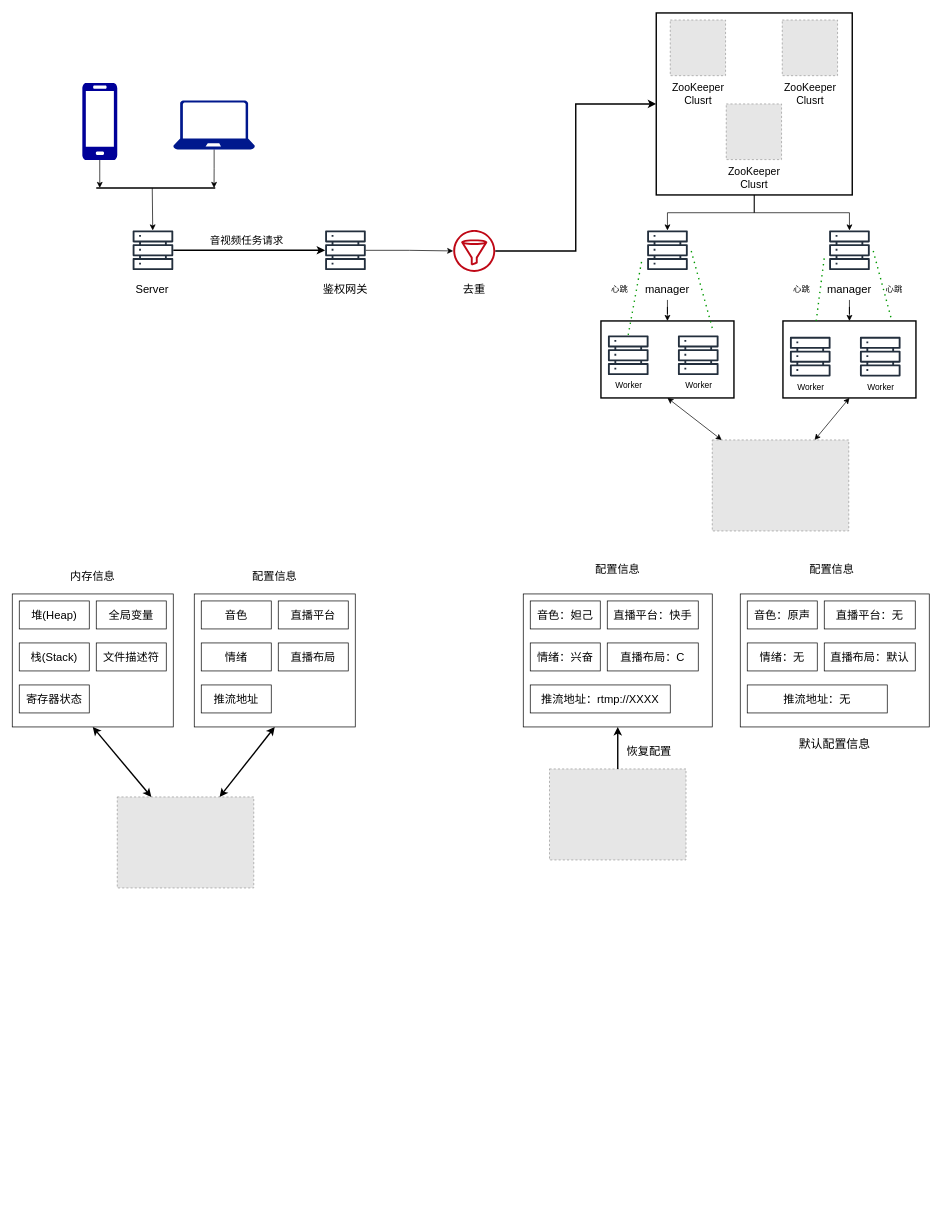
This is 未命名绘图.drawio from Chuhan1112/Chuhan1112.github.io, a draw.io file, before an edit. Source tidied: cells renumbered, new cells numbered last; positions are measured from the earlier drawing's top-left corner, leaving out a move shared by most shapes. Both pictures are drawn from the tidied source at 70%, with x=0, y=0 at pixel (12, 13). Pictures stored in the file or linked from it are replaced by grey dashed boxes.
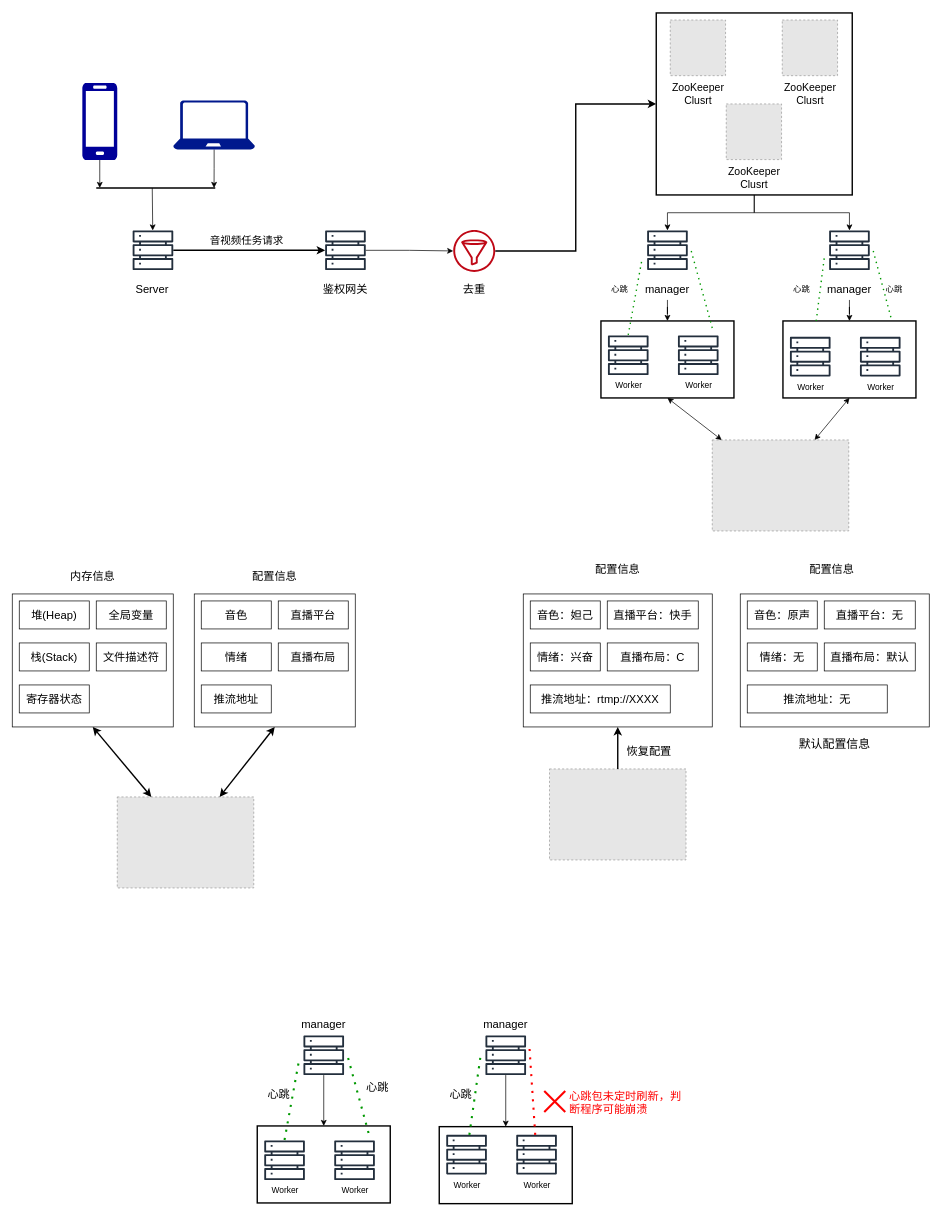
After the change.

Commit message:
更新未命名绘图.drawio

Change to the diagram source:
```diff
@@
+    <mxCell id="101" style="group;" parent="1" vertex="1">
+      <mxGeometry x="350" y="1590" width="190" height="110" as="geometry" />
+    </mxCell>
+    <mxCell id="102" style="group;" parent="101" vertex="1">
+      <mxGeometry x="10" y="20" width="60" height="88" as="geometry" />
+    </mxCell>
+    <mxCell id="103" style="sketch=0;fontColor=#232F3E;gradientColor=none;fillColor=#232F3D;strokeColor=none;dashed=0;verticalLabelPosition=bottom;verticalAlign=top;align=center;html=1;fontSize=12;fontStyle=0;shape=mxgraph.aws4.servers;" parent="102" vertex="1">
+      <mxGeometry width="58" height="58" as="geometry" />
+    </mxCell>
+    <mxCell id="104" value="Worker" style="text;html=1;strokeColor=none;fillColor=none;align=center;verticalAlign=middle;whiteSpace=wrap;rounded=0;" parent="102" vertex="1">
+      <mxGeometry y="58" width="60" height="30" as="geometry" />
+    </mxCell>
+    <mxCell id="105" style="group;" parent="101" vertex="1">
+      <mxGeometry x="110" y="20" width="60" height="88" as="geometry" />
+    </mxCell>
+    <mxCell id="106" style="sketch=0;fontColor=#232F3E;gradientColor=none;fillColor=#232F3D;strokeColor=none;dashed=0;verticalLabelPosition=bottom;verticalAlign=top;align=center;html=1;fontSize=12;fontStyle=0;shape=mxgraph.aws4.servers;" parent="105" vertex="1">
+      <mxGeometry width="58" height="58" as="geometry" />
+    </mxCell>
+    <mxCell id="107" value="Worker" style="text;html=1;strokeColor=none;fillColor=none;align=center;verticalAlign=middle;whiteSpace=wrap;rounded=0;" parent="105" vertex="1">
+      <mxGeometry y="58" width="60" height="30" as="geometry" />
+    </mxCell>
+    <mxCell id="108" style="rounded=0;whiteSpace=wrap;html=1;fillColor=none;strokeWidth=2;" parent="101" vertex="1">
+      <mxGeometry width="190" height="110" as="geometry" />
+    </mxCell>
+    <mxCell id="109" style="group;" parent="1" vertex="1">
+      <mxGeometry x="610" y="1580" width="190" height="121" as="geometry" />
+    </mxCell>
+    <mxCell id="110" style="group;" parent="109" vertex="1">
+      <mxGeometry x="10" y="22" width="60" height="88" as="geometry" />
+    </mxCell>
+    <mxCell id="111" style="sketch=0;outlineConnect=0;fontColor=#232F3E;gradientColor=none;fillColor=#232F3D;strokeColor=none;dashed=0;verticalLabelPosition=bottom;verticalAlign=top;align=center;html=1;fontSize=12;fontStyle=0;shape=mxgraph.aws4.servers;" parent="110" vertex="1">
+      <mxGeometry width="58" height="58" as="geometry" />
+    </mxCell>
+    <mxCell id="112" value="Worker" style="text;html=1;strokeColor=none;fillColor=none;align=center;verticalAlign=middle;whiteSpace=wrap;rounded=0;" parent="110" vertex="1">
+      <mxGeometry y="58" width="60" height="30" as="geometry" />
+    </mxCell>
+    <mxCell id="113" style="group;" parent="109" vertex="1">
+      <mxGeometry x="110" y="22" width="80" height="99" as="geometry" />
+    </mxCell>
+    <mxCell id="114" style="sketch=0;outlineConnect=0;fontColor=#232F3E;gradientColor=none;fillColor=#232F3D;strokeColor=none;dashed=0;verticalLabelPosition=bottom;verticalAlign=top;align=center;html=1;fontSize=12;fontStyle=0;shape=mxgraph.aws4.servers;" parent="113" vertex="1">
+      <mxGeometry width="58" height="58" as="geometry" />
+    </mxCell>
+    <mxCell id="115" value="Worker" style="text;html=1;strokeColor=none;fillColor=none;align=center;verticalAlign=middle;whiteSpace=wrap;rounded=0;" parent="113" vertex="1">
+      <mxGeometry y="58" width="60" height="30" as="geometry" />
+    </mxCell>
+    <mxCell id="116" style="rounded=0;whiteSpace=wrap;html=1;fillColor=none;strokeWidth=2;" parent="113" vertex="1">
+      <mxGeometry x="-110" y="-11" width="190" height="110" as="geometry" />
+    </mxCell>
+    <mxCell id="117" style="group;" parent="1" vertex="1">
+      <mxGeometry x="399" y="1460" width="92" height="100" as="geometry" />
+    </mxCell>
+    <mxCell id="118" style="sketch=0;outlineConnect=0;fontColor=#232F3E;gradientColor=none;fillColor=#232F3D;strokeColor=none;dashed=0;verticalLabelPosition=bottom;verticalAlign=top;align=center;html=1;fontSize=12;fontStyle=0;shape=mxgraph.aws4.servers;" parent="117" vertex="1">
+      <mxGeometry x="17" width="58" height="58" as="geometry" />
+    </mxCell>
+    <mxCell id="119" style="group;" parent="1" vertex="1">
+      <mxGeometry x="659" y="1460" width="92" height="100" as="geometry" />
+    </mxCell>
+    <mxCell id="120" style="sketch=0;outlineConnect=0;fontColor=#232F3E;gradientColor=none;fillColor=#232F3D;strokeColor=none;dashed=0;verticalLabelPosition=bottom;verticalAlign=top;align=center;html=1;fontSize=12;fontStyle=0;shape=mxgraph.aws4.servers;" parent="119" vertex="1">
+      <mxGeometry x="17" width="58" height="58" as="geometry" />
+    </mxCell>
+    <mxCell id="121" value="&lt;font style=&quot;font-size: 16px;&quot;&gt;心跳&lt;/font&gt;" style="text;strokeColor=none;fillColor=none;align=left;verticalAlign=middle;spacingLeft=4;spacingRight=4;overflow=hidden;whiteSpace=wrap;html=1;" parent="119" vertex="1">
+      <mxGeometry x="-40" y="70" width="80" height="30" as="geometry" />
+    </mxCell>
+    <mxCell id="122" style="edgeStyle=orthogonalEdgeStyle;rounded=0;jettySize=auto;html=1;" parent="1" edge="1" source="118" target="108">
+      <mxGeometry relative="1" as="geometry" />
+    </mxCell>
+    <mxCell id="123" style="edgeStyle=orthogonalEdgeStyle;rounded=0;jettySize=auto;html=1;" parent="1" edge="1" source="120" target="116">
+      <mxGeometry relative="1" as="geometry" />
+    </mxCell>
+    <mxCell id="124" style="endArrow=none;dashed=1;html=1;dashPattern=1 3;strokeWidth=3;rounded=0;exitX=0.205;exitY=0.182;exitDx=0;exitDy=0;exitPerimeter=0;strokeColor=#009900;" parent="1" edge="1" source="108">
+      <mxGeometry relative="1" as="geometry">
+        <mxPoint x="409" y="1500" as="targetPoint" />
+      </mxGeometry>
+    </mxCell>
+    <mxCell id="125" style="endArrow=none;dashed=1;html=1;dashPattern=1 3;strokeWidth=3;rounded=0;strokeColor=#009900;" parent="1" edge="1">
+      <mxGeometry relative="1" as="geometry">
+        <mxPoint x="509" y="1600" as="sourcePoint" />
+        <mxPoint x="479" y="1490" as="targetPoint" />
+      </mxGeometry>
+    </mxCell>
+    <mxCell id="126" style="endArrow=none;dashed=1;html=1;dashPattern=1 3;strokeWidth=3;rounded=0;strokeColor=#009900;" parent="1" edge="1" source="111">
+      <mxGeometry relative="1" as="geometry">
+        <mxPoint x="669" y="1490" as="targetPoint" />
+      </mxGeometry>
+    </mxCell>
+    <mxCell id="127" style="endArrow=none;dashed=1;html=1;dashPattern=1 3;strokeWidth=3;rounded=0;strokeColor=#FF0000;" parent="1" edge="1" target="114">
+      <mxGeometry relative="1" as="geometry">
+        <mxPoint x="739" y="1480" as="sourcePoint" />
+      </mxGeometry>
+    </mxCell>
+    <mxCell id="128" value="&lt;font style=&quot;font-size: 16px;&quot;&gt;心跳&lt;/font&gt;" style="text;strokeColor=none;fillColor=none;align=left;verticalAlign=middle;spacingLeft=4;spacingRight=4;overflow=hidden;whiteSpace=wrap;html=1;" parent="1" vertex="1">
+      <mxGeometry x="359" y="1530" width="80" height="30" as="geometry" />
+    </mxCell>
+    <mxCell id="129" value="&lt;font style=&quot;font-size: 16px;&quot;&gt;心跳&lt;/font&gt;" style="text;strokeColor=none;fillColor=none;align=left;verticalAlign=middle;spacingLeft=4;spacingRight=4;overflow=hidden;whiteSpace=wrap;html=1;" parent="1" vertex="1">
+      <mxGeometry x="500" y="1520" width="80" height="30" as="geometry" />
+    </mxCell>
+    <mxCell id="130" value="&lt;font style=&quot;font-size: 16px;&quot;&gt;manager&lt;/font&gt;" style="text;html=1;strokeColor=none;fillColor=none;align=center;verticalAlign=middle;whiteSpace=wrap;rounded=0;" parent="1" vertex="1">
+      <mxGeometry x="399" y="1430" width="92" height="30" as="geometry" />
+    </mxCell>
+    <mxCell id="131" value="&lt;font style=&quot;font-size: 16px;&quot;&gt;manager&lt;/font&gt;" style="text;html=1;strokeColor=none;fillColor=none;align=center;verticalAlign=middle;whiteSpace=wrap;rounded=0;" parent="1" vertex="1">
+      <mxGeometry x="659" y="1430" width="92" height="30" as="geometry" />
+    </mxCell>
+    <mxCell id="132" style="shape=umlDestroy;whiteSpace=wrap;html=1;strokeWidth=3;targetShapes=umlLifeline;strokeColor=#FF0000;" parent="1" vertex="1">
+      <mxGeometry x="760" y="1540" width="30" height="30" as="geometry" />
+    </mxCell>
+    <mxCell id="133" value="&lt;font color=&quot;#ff0000&quot; style=&quot;font-size: 16px;&quot;&gt;心跳包未定时刷新，判断程序可能崩溃&lt;/font&gt;" style="text;strokeColor=none;fillColor=none;align=left;verticalAlign=middle;spacingLeft=4;spacingRight=4;overflow=hidden;whiteSpace=wrap;html=1;" parent="1" vertex="1">
+      <mxGeometry x="790" y="1535" width="180" height="40" as="geometry" />
+    </mxCell>
```
